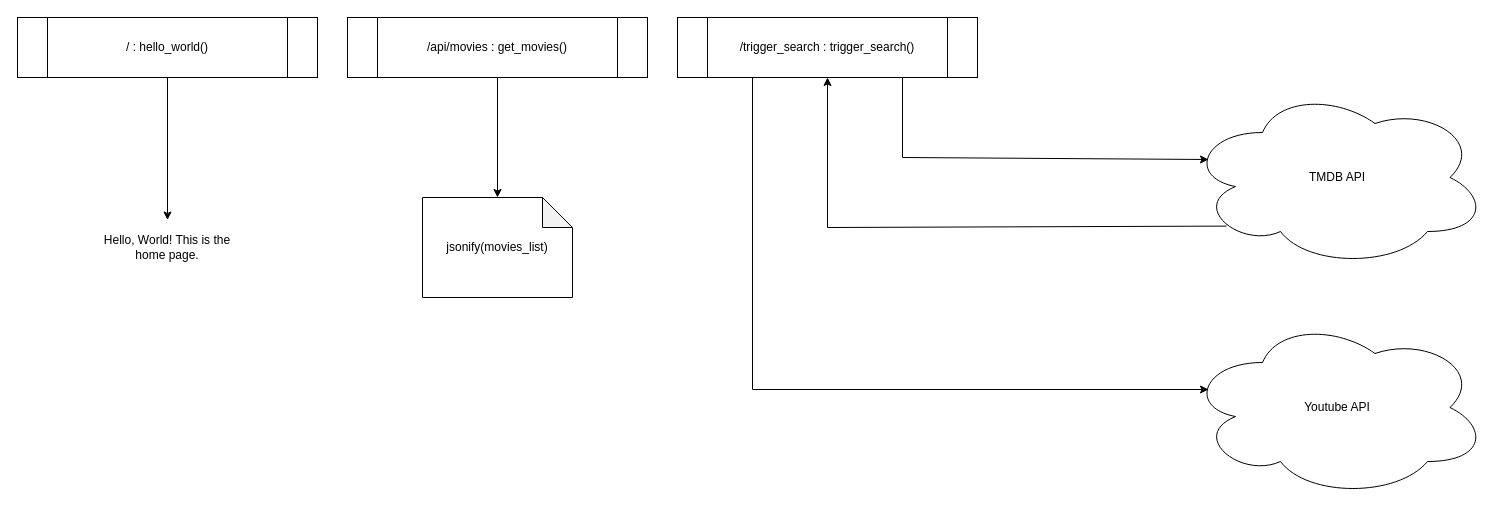
Before: ScareScreen.drawio in FrancoisMarais101/ScareScreen, a draw.io diagram. Source tidied: cells renumbered, new cells numbered last; positions are measured from the earlier drawing's top-left corner, leaving out a move shared by most shapes. Both pictures are drawn from the tidied source at 100%, with x=0, y=0 at pixel (17, 17).
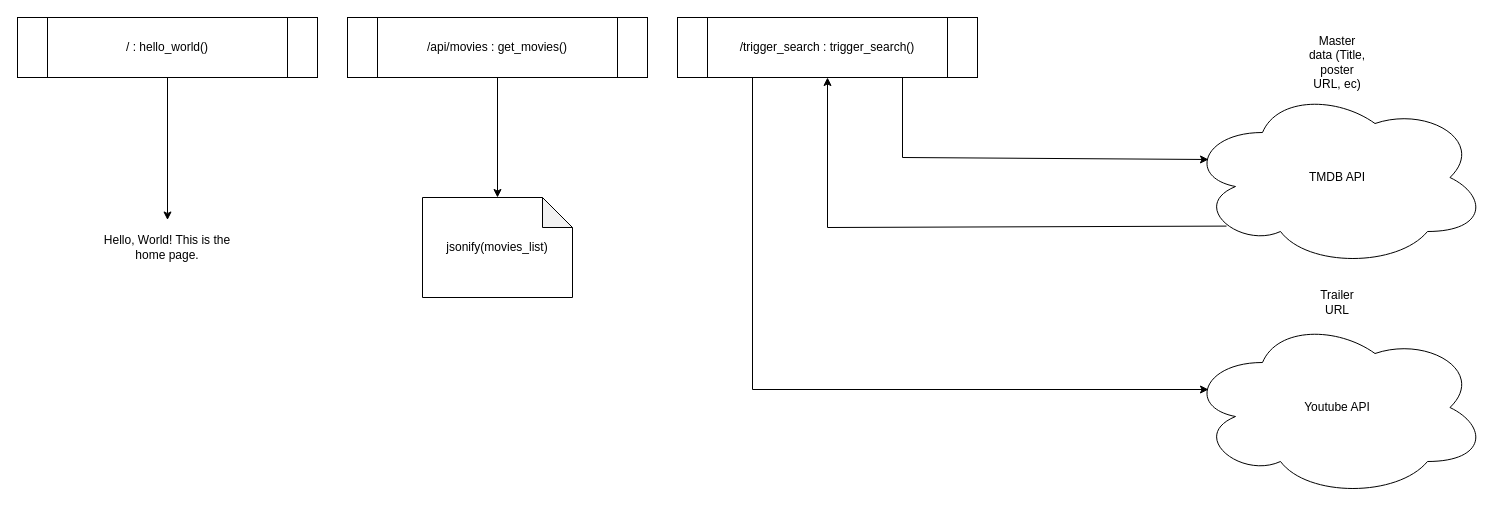
Above is the later version.

Change to the diagram source:
```diff
@@
 <mxGraphModel>
   <root>
     <mxCell id="0" />
     <mxCell id="1" parent="0" />
     <mxCell id="2" value="/trigger_search&amp;nbsp;: trigger_search()" style="shape=process;whiteSpace=wrap;html=1;backgroundOutline=1;" parent="1" vertex="1">
       <mxGeometry x="660" width="300" height="60" as="geometry" />
     </mxCell>
     <mxCell id="3" value="/ : hello_world()" style="shape=process;whiteSpace=wrap;html=1;backgroundOutline=1;" parent="1" vertex="1">
       <mxGeometry width="300" height="60" as="geometry" />
     </mxCell>
     <mxCell id="4" value="/api/movies&amp;nbsp;:&amp;nbsp;get_movies&lt;span style=&quot;background-color: initial;&quot;&gt;()&lt;/span&gt;" style="shape=process;whiteSpace=wrap;html=1;backgroundOutline=1;" parent="1" vertex="1">
       <mxGeometry x="330" width="300" height="60" as="geometry" />
     </mxCell>
     <mxCell id="5" value="jsonify(movies_list)" style="shape=note;whiteSpace=wrap;html=1;backgroundOutline=1;darkOpacity=0.05;" parent="1" vertex="1">
       <mxGeometry x="405" y="180" width="150" height="100" as="geometry" />
     </mxCell>
     <mxCell id="6" style="endArrow=classic;html=1;rounded=0;exitX=0.5;exitY=1;exitDx=0;exitDy=0;entryX=0.5;entryY=0;entryDx=0;entryDy=0;entryPerimeter=0;" parent="1" edge="1" source="4" target="5">
       <mxGeometry relative="1" as="geometry" />
     </mxCell>
     <mxCell id="7" value="Hello, World! This is the home page." style="text;html=1;strokeColor=none;fillColor=none;align=center;verticalAlign=middle;whiteSpace=wrap;rounded=0;" parent="1" vertex="1">
       <mxGeometry x="75" y="202.5" width="150" height="55" as="geometry" />
     </mxCell>
     <mxCell id="8" style="endArrow=classic;html=1;rounded=0;exitX=0.5;exitY=1;exitDx=0;exitDy=0;entryX=0.5;entryY=0;entryDx=0;entryDy=0;" parent="1" edge="1" source="3" target="7">
       <mxGeometry relative="1" as="geometry" />
     </mxCell>
     <mxCell id="9" value="TMDB API" style="ellipse;shape=cloud;whiteSpace=wrap;html=1;" parent="1" vertex="1">
       <mxGeometry x="1170" y="70" width="300" height="180" as="geometry" />
     </mxCell>
     <mxCell id="10" value="Youtube API" style="ellipse;shape=cloud;whiteSpace=wrap;html=1;" parent="1" vertex="1">
       <mxGeometry x="1170" y="300" width="300" height="180" as="geometry" />
     </mxCell>
     <mxCell id="11" style="endArrow=classic;html=1;rounded=0;exitX=0.75;exitY=1;exitDx=0;exitDy=0;entryX=0.07;entryY=0.4;entryDx=0;entryDy=0;entryPerimeter=0;" parent="1" edge="1" source="2" target="9">
       <mxGeometry relative="1" as="geometry">
         <Array as="points">
           <mxPoint x="885" y="140" />
         </Array>
       </mxGeometry>
     </mxCell>
     <mxCell id="12" style="endArrow=classic;html=1;rounded=0;exitX=0.13;exitY=0.77;exitDx=0;exitDy=0;exitPerimeter=0;entryX=0.5;entryY=1;entryDx=0;entryDy=0;" parent="1" edge="1" source="9" target="2">
       <mxGeometry relative="1" as="geometry">
         <Array as="points">
           <mxPoint x="810" y="210" />
         </Array>
       </mxGeometry>
     </mxCell>
     <mxCell id="13" style="endArrow=classic;html=1;rounded=0;entryX=0.07;entryY=0.4;entryDx=0;entryDy=0;entryPerimeter=0;exitX=0.25;exitY=1;exitDx=0;exitDy=0;" parent="1" edge="1" source="2" target="10">
       <mxGeometry relative="1" as="geometry">
         <Array as="points">
           <mxPoint x="735" y="372" />
         </Array>
       </mxGeometry>
     </mxCell>
+    <mxCell id="14" value="Master data (Title, poster URL, ec)" style="text;html=1;strokeColor=none;fillColor=none;align=center;verticalAlign=middle;whiteSpace=wrap;rounded=0;" parent="1" vertex="1">
+      <mxGeometry x="1290" y="30" width="60" height="30" as="geometry" />
+    </mxCell>
+    <mxCell id="15" value="Trailer URL" style="text;html=1;strokeColor=none;fillColor=none;align=center;verticalAlign=middle;whiteSpace=wrap;rounded=0;" parent="1" vertex="1">
+      <mxGeometry x="1290" y="270" width="60" height="30" as="geometry" />
+    </mxCell>
   </root>
 </mxGraphModel>
```
